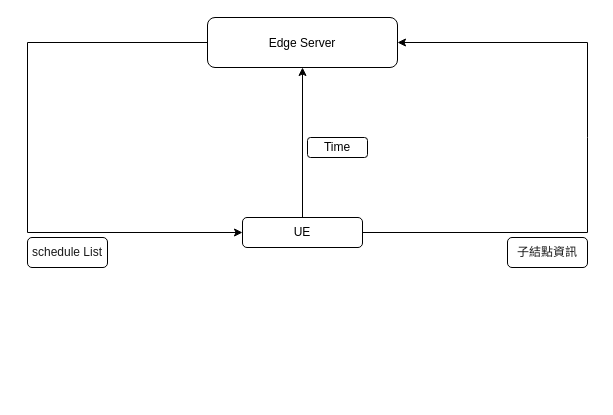
This is page "Page-1" (1 of 3) of RL_Choice.drawio from 108703054nccu/Edge_Computing_Schedule, a draw.io file, before an edit. Source tidied: cells renumbered, new cells numbered last; positions are measured from the earlier drawing's top-left corner, leaving out a move shared by most shapes. Both pictures are drawn from the tidied source at 100%, with x=0, y=0 at pixel (27, 17).
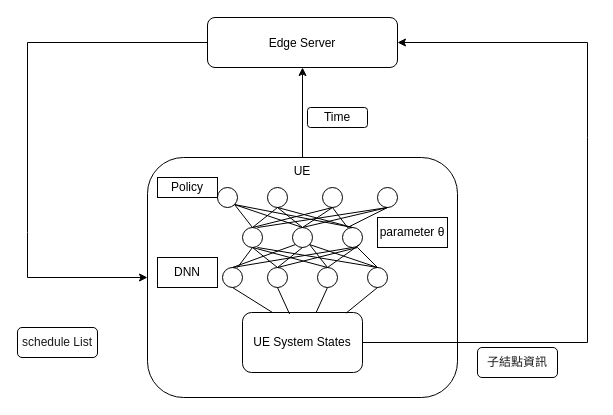
After the change.

Unchanged cells that the change refers to:
```xml
<mxCell id="2" value="&lt;p&gt;Edge Server&lt;/p&gt;" style="rounded=1;whiteSpace=wrap;html=1;sketch=0;shadow=0;gradientColor=none;fillColor=default;glass=0;verticalAlign=top;" parent="1" vertex="1">
  <mxGeometry x="180" width="190" height="50" as="geometry" />
</mxCell>
```

Change to the diagram source:
```diff
@@
-    <mxCell id="3" value="UE" style="rounded=1;whiteSpace=wrap;html=1;shadow=0;glass=0;sketch=0;fillColor=default;gradientColor=none;" parent="1" vertex="1">
-      <mxGeometry x="215" y="200" width="120" height="30" as="geometry" />
+    <mxCell id="3" value="UE" style="rounded=1;whiteSpace=wrap;html=1;shadow=0;glass=0;sketch=0;fillColor=default;gradientColor=none;verticalAlign=top;" parent="1" vertex="1">
+      <mxGeometry x="120" y="140" width="310" height="240" as="geometry" />
     </mxCell>
@@
-    <mxCell id="5" style="endArrow=classic;html=1;rounded=0;exitX=1;exitY=0.5;exitDx=0;exitDy=0;entryX=1;entryY=0.5;entryDx=0;entryDy=0;" parent="1" edge="1" source="3" target="2">
+    <mxCell id="5" style="endArrow=classic;html=1;rounded=0;exitX=1;exitY=0.5;exitDx=0;exitDy=0;entryX=1;entryY=0.5;entryDx=0;entryDy=0;" parent="1" edge="1" source="10" target="2">
       <mxGeometry relative="1" as="geometry">
         <Array as="points">
-          <mxPoint x="560" y="215" />
+          <mxPoint x="560" y="325" />
           <mxPoint x="560" y="120" />
           <mxPoint x="560" y="25" />
         </Array>
       </mxGeometry>
     </mxCell>
     <mxCell id="6" style="endArrow=classic;html=1;rounded=0;exitX=0;exitY=0.5;exitDx=0;exitDy=0;fontColor=#9933FF;entryX=0;entryY=0.5;entryDx=0;entryDy=0;labelBackgroundColor=#1A1A1A;" parent="1" edge="1" source="2" target="3">
       <mxGeometry relative="1" as="geometry">
         <Array as="points">
           <mxPoint y="25" />
           <mxPoint y="215" />
+          <mxPoint y="260" />
         </Array>
       </mxGeometry>
     </mxCell>
     <mxCell id="7" value="Time" style="rounded=1;whiteSpace=wrap;html=1;shadow=0;glass=0;sketch=0;fillColor=default;gradientColor=none;" parent="1" vertex="1">
-      <mxGeometry x="280" y="120" width="60" height="20" as="geometry" />
+      <mxGeometry x="280" y="90" width="60" height="20" as="geometry" />
     </mxCell>
     <mxCell id="8" value="&lt;font color=&quot;#1a1a1a&quot;&gt;子結點資訊&lt;br&gt;&lt;/font&gt;" style="rounded=1;whiteSpace=wrap;html=1;shadow=0;glass=0;sketch=0;fontColor=#9933FF;fillColor=default;gradientColor=none;" parent="1" vertex="1">
-      <mxGeometry x="480" y="220" width="80" height="30" as="geometry" />
+      <mxGeometry x="450" y="330" width="80" height="30" as="geometry" />
     </mxCell>
     <mxCell id="9" value="schedule List" style="rounded=1;whiteSpace=wrap;html=1;shadow=0;glass=0;sketch=0;fontColor=#1A1A1A;fillColor=default;gradientColor=none;" parent="1" vertex="1">
-      <mxGeometry y="220" width="80" height="30" as="geometry" />
+      <mxGeometry x="-10" y="310" width="80" height="30" as="geometry" />
     </mxCell>
+    <mxCell id="10" value="UE System States" style="rounded=1;whiteSpace=wrap;html=1;" parent="1" vertex="1">
+      <mxGeometry x="215" y="295" width="120" height="60" as="geometry" />
+    </mxCell>
+    <mxCell id="11" style="ellipse;whiteSpace=wrap;html=1;" parent="1" vertex="1">
+      <mxGeometry x="195" y="250" width="20" height="20" as="geometry" />
+    </mxCell>
+    <mxCell id="12" style="ellipse;whiteSpace=wrap;html=1;" parent="1" vertex="1">
+      <mxGeometry x="240" y="250" width="20" height="20" as="geometry" />
+    </mxCell>
+    <mxCell id="13" style="ellipse;whiteSpace=wrap;html=1;" parent="1" vertex="1">
+      <mxGeometry x="290" y="250" width="20" height="20" as="geometry" />
+    </mxCell>
+    <mxCell id="14" style="ellipse;whiteSpace=wrap;html=1;" parent="1" vertex="1">
+      <mxGeometry x="340" y="250" width="20" height="20" as="geometry" />
+    </mxCell>
+    <mxCell id="15" style="ellipse;whiteSpace=wrap;html=1;" parent="1" vertex="1">
+      <mxGeometry x="215" y="210" width="20" height="20" as="geometry" />
+    </mxCell>
+    <mxCell id="16" style="ellipse;whiteSpace=wrap;html=1;" parent="1" vertex="1">
+      <mxGeometry x="265" y="210" width="20" height="20" as="geometry" />
+    </mxCell>
+    <mxCell id="17" style="ellipse;whiteSpace=wrap;html=1;" parent="1" vertex="1">
+      <mxGeometry x="315" y="210" width="20" height="20" as="geometry" />
+    </mxCell>
+    <mxCell id="18" style="ellipse;whiteSpace=wrap;html=1;" parent="1" vertex="1">
+      <mxGeometry x="240" y="170" width="20" height="20" as="geometry" />
+    </mxCell>
+    <mxCell id="19" style="ellipse;whiteSpace=wrap;html=1;" parent="1" vertex="1">
+      <mxGeometry x="190" y="170" width="20" height="20" as="geometry" />
+    </mxCell>
+    <mxCell id="20" style="ellipse;whiteSpace=wrap;html=1;" parent="1" vertex="1">
+      <mxGeometry x="295" y="170" width="20" height="20" as="geometry" />
+    </mxCell>
+    <mxCell id="21" style="ellipse;whiteSpace=wrap;html=1;" parent="1" vertex="1">
+      <mxGeometry x="350" y="170" width="20" height="20" as="geometry" />
+    </mxCell>
+    <mxCell id="22" style="endArrow=none;html=1;rounded=0;entryX=0.25;entryY=0;entryDx=0;entryDy=0;exitX=0.5;exitY=1;exitDx=0;exitDy=0;" parent="1" edge="1" source="11" target="10">
+      <mxGeometry relative="1" as="geometry" />
+    </mxCell>
+    <mxCell id="23" style="endArrow=none;html=1;rounded=0;entryX=0.5;entryY=1;entryDx=0;entryDy=0;exitX=0.392;exitY=0.024;exitDx=0;exitDy=0;exitPerimeter=0;" parent="1" edge="1" source="10" target="12">
+      <mxGeometry relative="1" as="geometry" />
+    </mxCell>
+    <mxCell id="24" style="endArrow=none;html=1;rounded=0;entryX=0.5;entryY=1;entryDx=0;entryDy=0;" parent="1" edge="1" source="10" target="13">
+      <mxGeometry relative="1" as="geometry" />
+    </mxCell>
+    <mxCell id="25" style="endArrow=none;html=1;rounded=0;entryX=0.5;entryY=1;entryDx=0;entryDy=0;exitX=0.862;exitY=0.012;exitDx=0;exitDy=0;exitPerimeter=0;" parent="1" edge="1" source="10" target="14">
+      <mxGeometry relative="1" as="geometry" />
+    </mxCell>
+    <mxCell id="26" style="endArrow=none;html=1;rounded=0;exitX=0.5;exitY=0;exitDx=0;exitDy=0;entryX=0.5;entryY=1;entryDx=0;entryDy=0;" parent="1" edge="1" source="12" target="16">
+      <mxGeometry relative="1" as="geometry" />
+    </mxCell>
+    <mxCell id="27" style="endArrow=none;html=1;rounded=0;exitX=0.5;exitY=0;exitDx=0;exitDy=0;entryX=0;entryY=1;entryDx=0;entryDy=0;" parent="1" edge="1" source="11" target="16">
+      <mxGeometry relative="1" as="geometry" />
+    </mxCell>
+    <mxCell id="28" style="endArrow=none;html=1;rounded=0;exitX=0.5;exitY=0;exitDx=0;exitDy=0;entryX=1;entryY=1;entryDx=0;entryDy=0;" parent="1" edge="1" source="13" target="16">
+      <mxGeometry relative="1" as="geometry" />
+    </mxCell>
+    <mxCell id="29" style="endArrow=none;html=1;rounded=0;entryX=0.5;entryY=0;entryDx=0;entryDy=0;exitX=1;exitY=1;exitDx=0;exitDy=0;" parent="1" edge="1" source="16" target="14">
+      <mxGeometry relative="1" as="geometry" />
+    </mxCell>
+    <mxCell id="30" style="endArrow=none;html=1;rounded=0;exitX=0.5;exitY=1;exitDx=0;exitDy=0;" parent="1" edge="1" source="15">
+      <mxGeometry relative="1" as="geometry">
+        <mxPoint x="250" y="250" as="targetPoint" />
+      </mxGeometry>
+    </mxCell>
+    <mxCell id="31" style="endArrow=none;html=1;rounded=0;entryX=0.5;entryY=1;entryDx=0;entryDy=0;exitX=0.5;exitY=0;exitDx=0;exitDy=0;" parent="1" edge="1" source="13" target="15">
+      <mxGeometry relative="1" as="geometry" />
+    </mxCell>
+    <mxCell id="32" style="endArrow=none;html=1;rounded=0;entryX=0.5;entryY=1;entryDx=0;entryDy=0;" parent="1" edge="1" target="15">
+      <mxGeometry relative="1" as="geometry">
+        <mxPoint x="210" y="250" as="sourcePoint" />
+      </mxGeometry>
+    </mxCell>
+    <mxCell id="33" style="endArrow=none;html=1;rounded=0;" parent="1" edge="1">
+      <mxGeometry relative="1" as="geometry">
+        <mxPoint x="350" y="250" as="sourcePoint" />
+        <mxPoint x="230" y="230" as="targetPoint" />
+      </mxGeometry>
+    </mxCell>
+    <mxCell id="34" style="endArrow=none;html=1;rounded=0;exitX=0.5;exitY=0;exitDx=0;exitDy=0;entryX=0.5;entryY=1;entryDx=0;entryDy=0;" parent="1" edge="1" source="11" target="17">
+      <mxGeometry relative="1" as="geometry" />
+    </mxCell>
+    <mxCell id="35" style="endArrow=none;html=1;rounded=0;" parent="1" edge="1">
+      <mxGeometry relative="1" as="geometry">
+        <mxPoint x="250" y="250" as="sourcePoint" />
+        <mxPoint x="330" y="230" as="targetPoint" />
+      </mxGeometry>
+    </mxCell>
+    <mxCell id="36" style="endArrow=none;html=1;rounded=0;exitX=0.5;exitY=0;exitDx=0;exitDy=0;entryX=1;entryY=1;entryDx=0;entryDy=0;" parent="1" edge="1" source="13" target="17">
+      <mxGeometry relative="1" as="geometry" />
+    </mxCell>
+    <mxCell id="37" style="endArrow=none;html=1;rounded=0;" parent="1" edge="1">
+      <mxGeometry relative="1" as="geometry">
+        <mxPoint x="350" y="250" as="sourcePoint" />
+        <mxPoint x="330" y="230" as="targetPoint" />
+      </mxGeometry>
+    </mxCell>
+    <mxCell id="38" style="endArrow=none;html=1;rounded=0;exitX=1;exitY=1;exitDx=0;exitDy=0;entryX=0.5;entryY=0;entryDx=0;entryDy=0;" parent="1" edge="1" source="19" target="15">
+      <mxGeometry relative="1" as="geometry" />
+    </mxCell>
+    <mxCell id="39" style="endArrow=none;html=1;rounded=0;exitX=0.5;exitY=0;exitDx=0;exitDy=0;entryX=0.5;entryY=1;entryDx=0;entryDy=0;" parent="1" edge="1" source="15" target="18">
+      <mxGeometry relative="1" as="geometry" />
+    </mxCell>
+    <mxCell id="40" style="endArrow=none;html=1;rounded=0;exitX=0.5;exitY=0;exitDx=0;exitDy=0;entryX=0.5;entryY=1;entryDx=0;entryDy=0;" parent="1" edge="1" source="15" target="20">
+      <mxGeometry relative="1" as="geometry" />
+    </mxCell>
+    <mxCell id="41" style="endArrow=none;html=1;rounded=0;entryX=0.5;entryY=1;entryDx=0;entryDy=0;" parent="1" edge="1" target="21">
+      <mxGeometry relative="1" as="geometry">
+        <mxPoint x="230" y="210" as="sourcePoint" />
+      </mxGeometry>
+    </mxCell>
+    <mxCell id="42" style="endArrow=none;html=1;rounded=0;exitX=0.5;exitY=0;exitDx=0;exitDy=0;entryX=1;entryY=1;entryDx=0;entryDy=0;" parent="1" edge="1" source="16" target="19">
+      <mxGeometry relative="1" as="geometry" />
+    </mxCell>
+    <mxCell id="43" style="endArrow=none;html=1;rounded=0;exitX=0.5;exitY=0;exitDx=0;exitDy=0;entryX=0.5;entryY=1;entryDx=0;entryDy=0;" parent="1" edge="1" source="16" target="18">
+      <mxGeometry relative="1" as="geometry" />
+    </mxCell>
+    <mxCell id="44" style="endArrow=none;html=1;rounded=0;exitX=0.5;exitY=0;exitDx=0;exitDy=0;entryX=0.5;entryY=1;entryDx=0;entryDy=0;" parent="1" edge="1" source="16" target="20">
+      <mxGeometry relative="1" as="geometry" />
+    </mxCell>
+    <mxCell id="45" style="endArrow=none;html=1;rounded=0;exitX=0.5;exitY=0;exitDx=0;exitDy=0;entryX=0.5;entryY=1;entryDx=0;entryDy=0;" parent="1" edge="1" source="16" target="21">
+      <mxGeometry relative="1" as="geometry" />
+    </mxCell>
+    <mxCell id="46" style="endArrow=none;html=1;rounded=0;exitX=0.5;exitY=0;exitDx=0;exitDy=0;entryX=1;entryY=1;entryDx=0;entryDy=0;" parent="1" edge="1" source="17" target="19">
+      <mxGeometry relative="1" as="geometry" />
+    </mxCell>
+    <mxCell id="47" style="endArrow=none;html=1;rounded=0;exitX=0.5;exitY=0;exitDx=0;exitDy=0;" parent="1" edge="1" source="17">
+      <mxGeometry relative="1" as="geometry">
+        <mxPoint x="250" y="190" as="targetPoint" />
+      </mxGeometry>
+    </mxCell>
+    <mxCell id="48" style="endArrow=none;html=1;rounded=0;entryX=0.5;entryY=1;entryDx=0;entryDy=0;" parent="1" edge="1" target="20">
+      <mxGeometry relative="1" as="geometry">
+        <mxPoint x="320" y="210" as="sourcePoint" />
+      </mxGeometry>
+    </mxCell>
+    <mxCell id="49" style="endArrow=none;html=1;rounded=0;entryX=0.5;entryY=1;entryDx=0;entryDy=0;" parent="1" edge="1" target="21">
+      <mxGeometry relative="1" as="geometry">
+        <mxPoint x="320" y="210" as="sourcePoint" />
+      </mxGeometry>
+    </mxCell>
+    <mxCell id="50" value="DNN" style="rounded=0;whiteSpace=wrap;html=1;" parent="1" vertex="1">
+      <mxGeometry x="130" y="240" width="60" height="30" as="geometry" />
+    </mxCell>
+    <mxCell id="51" value="parameter&amp;nbsp;θ" style="rounded=0;whiteSpace=wrap;html=1;" parent="1" vertex="1">
+      <mxGeometry x="350" y="200" width="70" height="30" as="geometry" />
+    </mxCell>
+    <mxCell id="52" value="Policy" style="rounded=0;whiteSpace=wrap;html=1;" parent="1" vertex="1">
+      <mxGeometry x="130" y="160" width="60" height="20" as="geometry" />
+    </mxCell>
```
